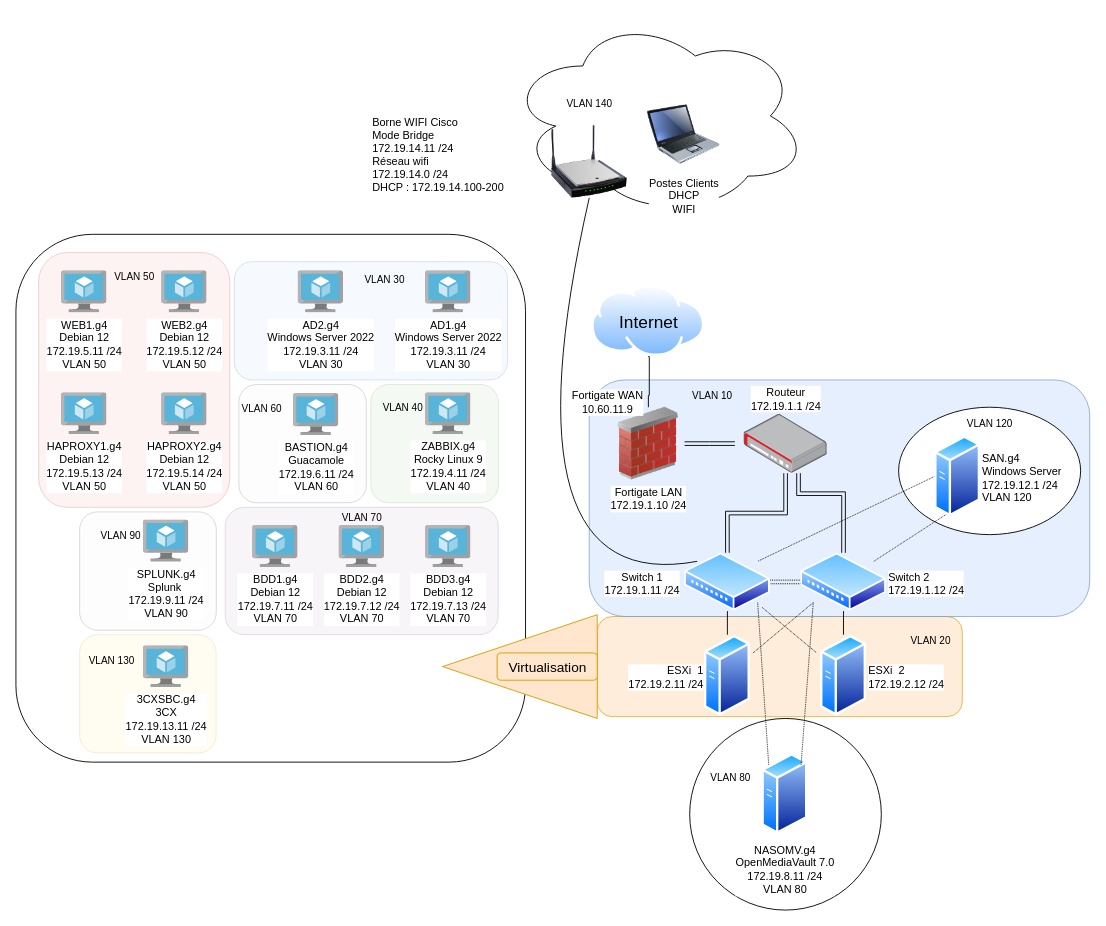
The draw.io diagram AISMedilab.drawio in TomMedn/Gaston_medical, before the edit. Source tidied: cells renumbered, new cells numbered last; positions are measured from the earlier drawing's top-left corner, leaving out a move shared by most shapes. Both pictures are drawn from the tidied source at 91%, with x=0, y=0 at pixel (15, 15).
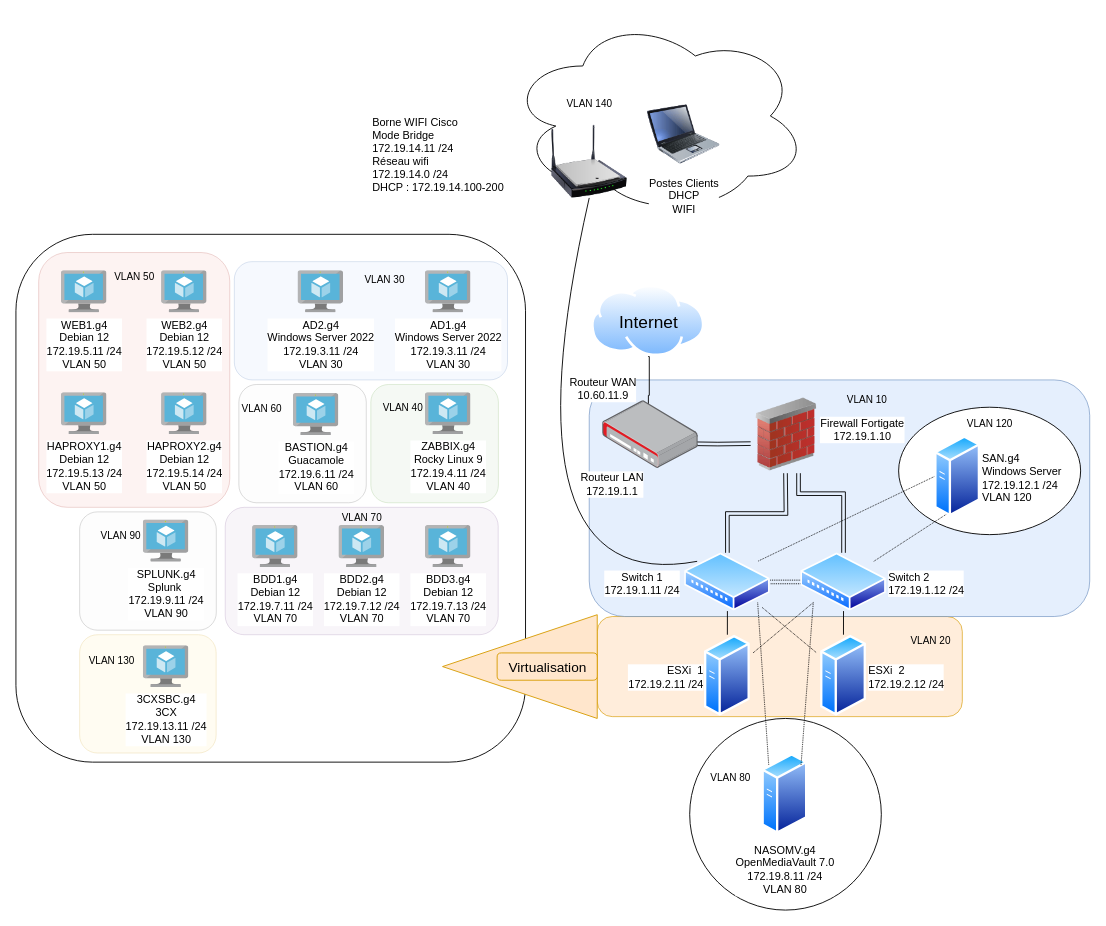
The same diagram, later.

Commit message:
Mettre à jour AISMedilab.drawio

The change refers to these unchanged cells:
```xml
<mxCell id="10" value="Internet" style="image;perimeter=ellipsePerimeter;html=1;align=center;shadow=0;dashed=0;spacingTop=3;image=img/lib/active_directory/internet_cloud.svg;horizontal=1;verticalAlign=middle;labelPosition=center;verticalLabelPosition=middle;labelBackgroundColor=none;fontSize=19;" parent="1" vertex="1">
  <mxGeometry x="632.4" y="295.7" width="124.8" height="78.6" as="geometry" />
</mxCell>
<mxCell id="17" value="Switch 1 &lt;br&gt;&lt;div&gt;172.19.1.11 /24&lt;/div&gt;" style="image;perimeter=ellipsePerimeter;html=1;align=center;shadow=0;dashed=0;spacingTop=3;image=img/lib/active_directory/wiring_hub.svg;labelPosition=left;verticalLabelPosition=middle;verticalAlign=middle;" parent="1" vertex="1">
  <mxGeometry x="734.8" y="590" width="94.1" height="64" as="geometry" />
</mxCell>
<mxCell id="19" value="&lt;div&gt;Switch 2&lt;/div&gt;&lt;div&gt;172.19.1.12  /24&lt;/div&gt;" style="image;perimeter=ellipsePerimeter;html=1;align=left;shadow=0;dashed=0;spacingTop=3;image=img/lib/active_directory/wiring_hub.svg;labelPosition=right;verticalLabelPosition=middle;verticalAlign=middle;" parent="1" vertex="1">
  <mxGeometry x="862.4" y="590" width="94.1" height="64" as="geometry" />
</mxCell>
```

The edit, as a diff of the source:
```diff
@@
-    <mxCell id="9" style="edgeStyle=orthogonalEdgeStyle;rounded=0;jettySize=auto;html=1;exitX=0.5;exitY=1;exitDx=0;exitDy=0;strokeColor=default;endArrow=none;endFill=0;" parent="1" edge="1" source="10" target="12">
+    <mxCell id="9" style="edgeStyle=orthogonalEdgeStyle;rounded=0;jettySize=auto;html=1;exitX=0.5;exitY=1;exitDx=0;exitDy=0;strokeColor=default;endArrow=none;endFill=0;" parent="1" edge="1" source="10">
       <mxGeometry relative="1" as="geometry">
+        <mxPoint x="695" y="430" as="targetPoint" />
         <Array as="points">
           <mxPoint x="696" y="417" />
           <mxPoint x="695" y="417" />
         </Array>
       </mxGeometry>
     </mxCell>
@@
-    <mxCell id="11" style="edgeStyle=orthogonalEdgeStyle;rounded=0;jettySize=auto;html=1;exitX=1;exitY=0.5;exitDx=0;exitDy=0;endArrow=none;endFill=0;shape=link;" parent="1" edge="1" source="12">
+    <mxCell id="11" style="edgeStyle=orthogonalEdgeStyle;rounded=0;jettySize=auto;html=1;exitX=1;exitY=0.5;exitDx=0;exitDy=0;endArrow=none;endFill=0;shape=link;entryX=0.005;entryY=0.625;entryDx=0;entryDy=0;entryPerimeter=0;" parent="1" edge="1" target="68">
       <mxGeometry relative="1" as="geometry">
-        <mxPoint x="790" y="470" as="targetPoint" />
+        <mxPoint x="734.8" y="470" as="sourcePoint" />
       </mxGeometry>
     </mxCell>
-    <mxCell id="12" value="&lt;div align=&quot;center&quot;&gt;Fortigate LAN&lt;br&gt;&lt;/div&gt;&lt;div align=&quot;center&quot;&gt;172.19.1.10 /24&lt;/div&gt;" style="image;html=1;image=img/lib/clip_art/networking/Firewall_02_128x128.png;align=center;" parent="1" vertex="1">
-      <mxGeometry x="654.8" y="430" width="80" height="80" as="geometry" />
-    </mxCell>
-    <mxCell id="13" value="Fortigate WAN&lt;br&gt;10.60.11.9" style="text;html=1;align=center;verticalAlign=middle;strokeColor=none;fillColor=none;labelBackgroundColor=default;" parent="1" vertex="1">
-      <mxGeometry x="600" y="405" width="100" height="40" as="geometry" />
+    <mxCell id="13" value="Routeur WAN&lt;br&gt;10.60.11.9" style="text;html=1;align=center;verticalAlign=middle;strokeColor=none;fillColor=none;labelBackgroundColor=default;" parent="1" vertex="1">
+      <mxGeometry x="595" y="390" width="100" height="40" as="geometry" />
     </mxCell>
-    <mxCell id="14" value="&lt;div&gt;Routeur &lt;br&gt;&lt;/div&gt;&lt;div&gt;172.19.1.1 /24&lt;/div&gt;" style="image;points=[];html=1;align=center;shadow=0;dashed=0;image=img/lib/allied_telesis/security/Router_VPN.svg;labelPosition=center;verticalLabelPosition=top;verticalAlign=bottom;" parent="1" vertex="1">
-      <mxGeometry x="800" y="437.6" width="91.5" height="64.9" as="geometry" />
-    </mxCell>
@@
-    <mxCell id="16" style="edgeStyle=orthogonalEdgeStyle;rounded=0;jettySize=auto;html=1;exitX=0.5;exitY=0;exitDx=0;exitDy=0;endArrow=none;endFill=0;shape=link;" parent="1" edge="1" source="17" target="14">
-      <mxGeometry relative="1" as="geometry" />
+    <mxCell id="16" style="edgeStyle=orthogonalEdgeStyle;rounded=0;jettySize=auto;html=1;exitX=0.5;exitY=0;exitDx=0;exitDy=0;endArrow=none;endFill=0;shape=link;" parent="1" edge="1" source="17">
+      <mxGeometry relative="1" as="geometry">
+        <mxPoint x="845.7" y="502.5" as="targetPoint" />
+      </mxGeometry>
     </mxCell>
@@
-    <mxCell id="18" style="edgeStyle=orthogonalEdgeStyle;rounded=0;jettySize=auto;html=1;exitX=0.5;exitY=0;exitDx=0;exitDy=0;endArrow=none;endFill=0;shape=link;" parent="1" edge="1" source="19" target="14">
+    <mxCell id="18" style="edgeStyle=orthogonalEdgeStyle;rounded=0;jettySize=auto;html=1;exitX=0.5;exitY=0;exitDx=0;exitDy=0;endArrow=none;endFill=0;shape=link;" parent="1" edge="1" source="19">
       <mxGeometry relative="1" as="geometry">
+        <mxPoint x="860" y="502.5" as="targetPoint" />
         <Array as="points">
           <mxPoint x="909" y="525" />
           <mxPoint x="860" y="525" />
         </Array>
       </mxGeometry>
     </mxCell>
@@
     <mxCell id="33" value="&lt;font style=&quot;font-size: 11px;&quot;&gt;VLAN 10&lt;/font&gt;" style="text;html=1;align=center;verticalAlign=middle;strokeColor=none;fillColor=none;fontSize=16;" parent="1" vertex="1">
-      <mxGeometry x="730" y="400" width="70" height="30" as="geometry" />
+      <mxGeometry x="900" y="405" width="70" height="30" as="geometry" />
     </mxCell>
@@
+    <mxCell id="68" style="image;html=1;image=img/lib/clip_art/networking/Firewall_02_128x128.png;" parent="1" vertex="1">
+      <mxGeometry x="807" y="420" width="80" height="80" as="geometry" />
+    </mxCell>
+    <mxCell id="69" style="image;html=1;align=center;shadow=0;dashed=0;image=img/lib/allied_telesis/security/Router_VPN.svg;" parent="1" vertex="1">
+      <mxGeometry x="644.7" y="422.7" width="105.1" height="74.6" as="geometry" />
+    </mxCell>
+    <mxCell id="70" value="&lt;div&gt;Routeur LAN&lt;/div&gt;&lt;div&gt;172.19.1.1&lt;br&gt;&lt;/div&gt;" style="text;html=1;align=center;verticalAlign=middle;strokeColor=none;fillColor=none;labelBackgroundColor=default;" parent="1" vertex="1">
+      <mxGeometry x="610" y="495" width="90" height="40" as="geometry" />
+    </mxCell>
+    <mxCell id="71" value="&lt;div&gt;Firewall Fortigate&lt;br&gt;172.19.1.10&lt;br&gt;&lt;/div&gt;" style="text;html=1;align=center;verticalAlign=middle;strokeColor=none;fillColor=none;labelBackgroundColor=default;" parent="1" vertex="1">
+      <mxGeometry x="870.2" y="435" width="120" height="40" as="geometry" />
+    </mxCell>
```
